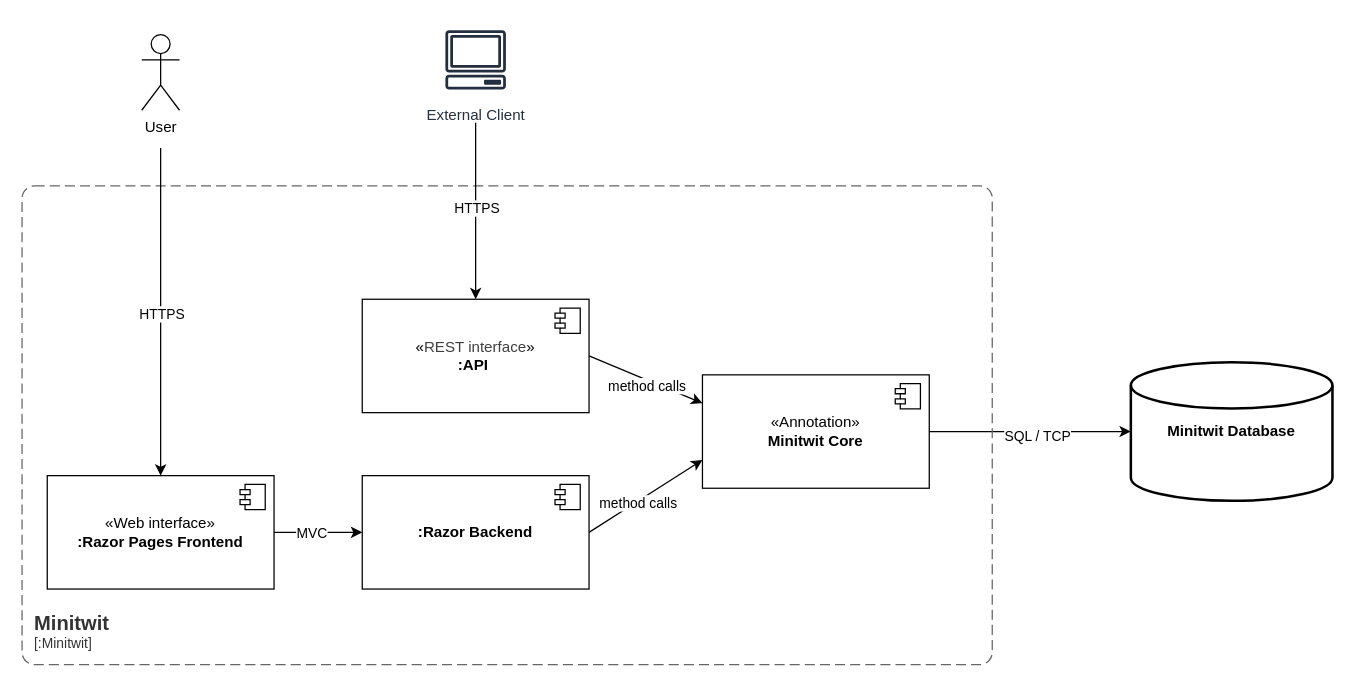
Earlier version of the draw.io diagram report/diagrams/component_and_connector_diagram_horizontal.drawio (ITU-DevOps2026/ITU-minitwit). Source tidied: cells renumbered, new cells numbered last; positions are measured from the earlier drawing's top-left corner, leaving out a move shared by most shapes. Both pictures are drawn from the tidied source at 126%, with x=0, y=0 at pixel (21, 21).
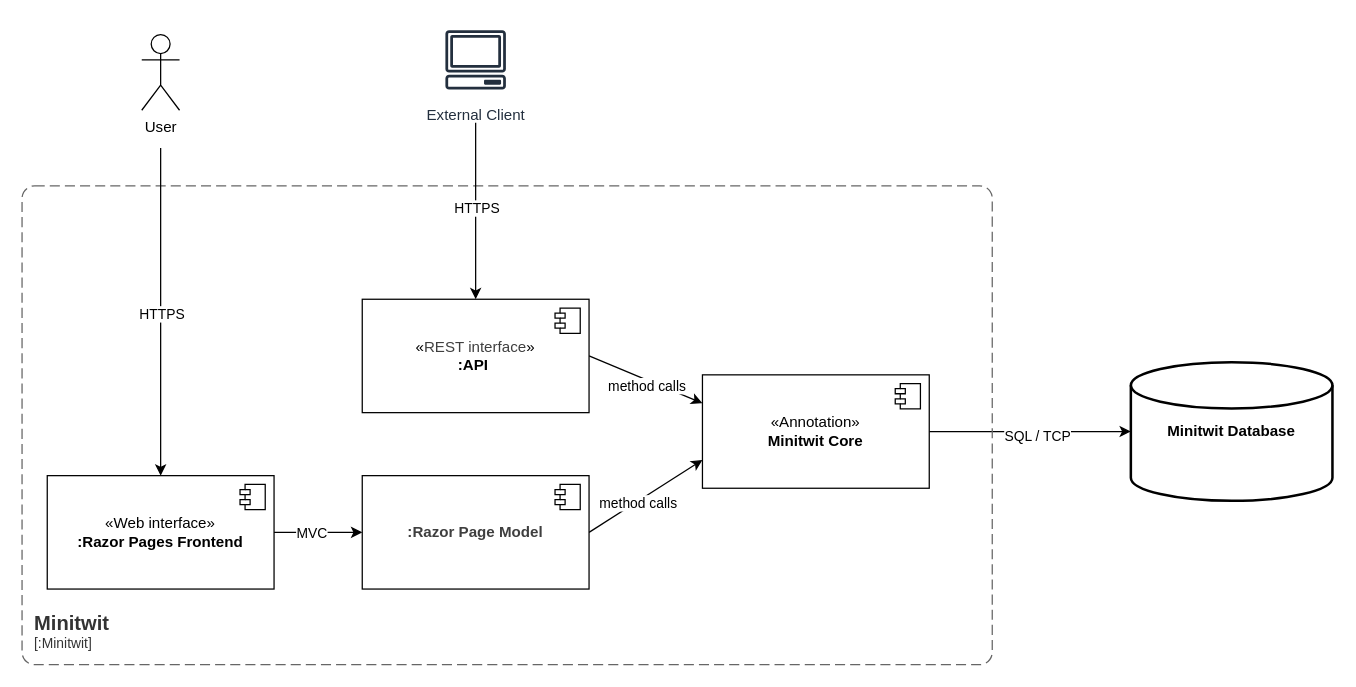
After the change.

Commit message (it also covers changes not shown here):
Updated labels for Razor Page Model

What changed in the source:
```diff
@@
-    <mxCell id="14" value="&lt;b&gt;:Razor Backend&lt;/b&gt;" style="html=1;whiteSpace=wrap;" parent="1" vertex="1">
+    <mxCell id="14" value="&lt;b style=&quot;color: rgb(63, 63, 63); scrollbar-color: rgb(226, 226, 226) rgb(251, 251, 251);&quot;&gt;:Razor Page Model&lt;/b&gt;" style="html=1;whiteSpace=wrap;" parent="1" vertex="1">
       <mxGeometry x="270" y="360" width="180" height="90" as="geometry" />
     </mxCell>
```
